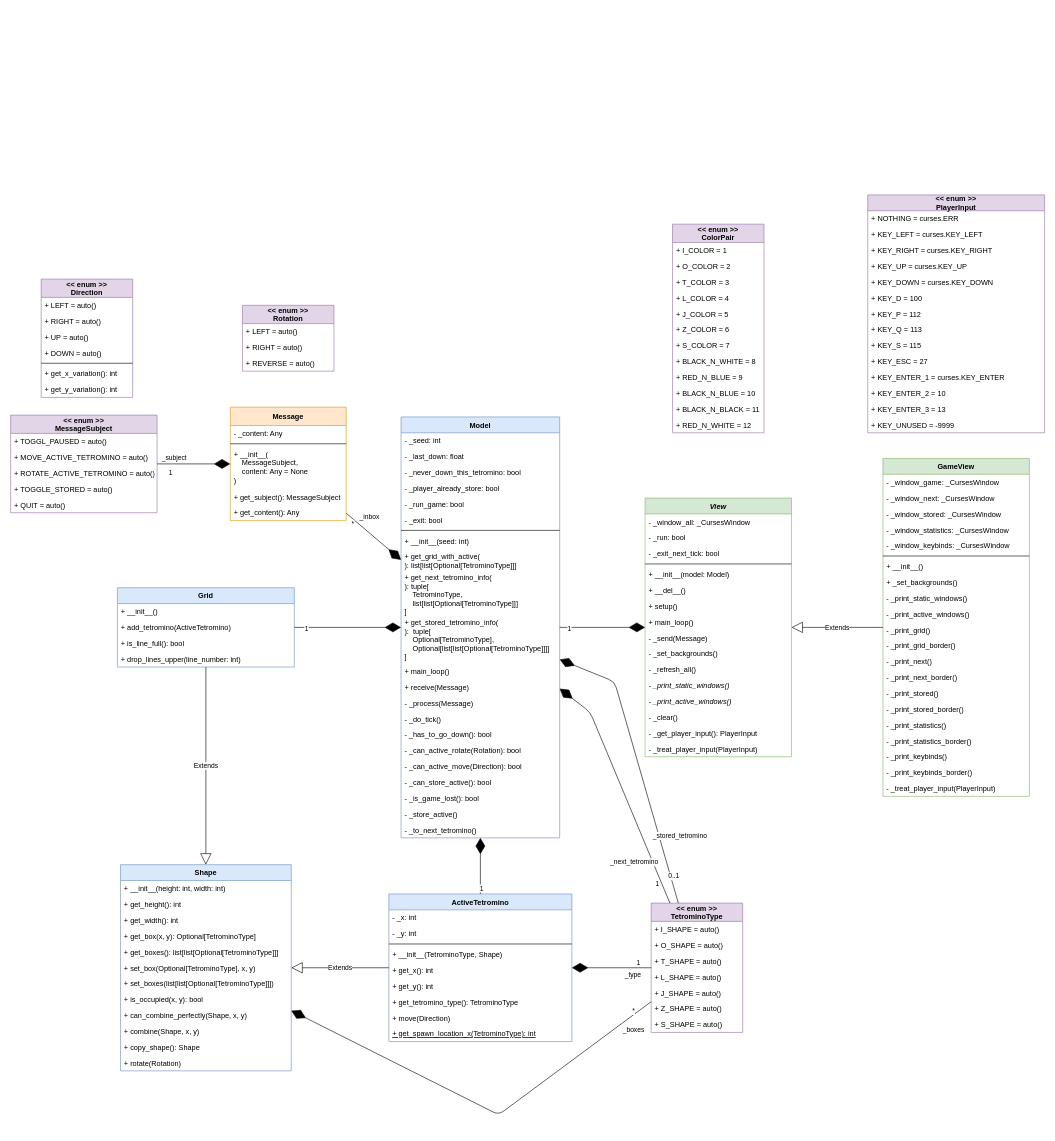
Above: information/class diagram.drawio in le-chartreux/Tertris (draw.io), before the change. Source tidied: cells renumbered, new cells numbered last; positions are measured from the earlier drawing's top-left corner, leaving out a move shared by most shapes. Both pictures are drawn from the tidied source at 61%, with x=0, y=0 at pixel (10, 195).
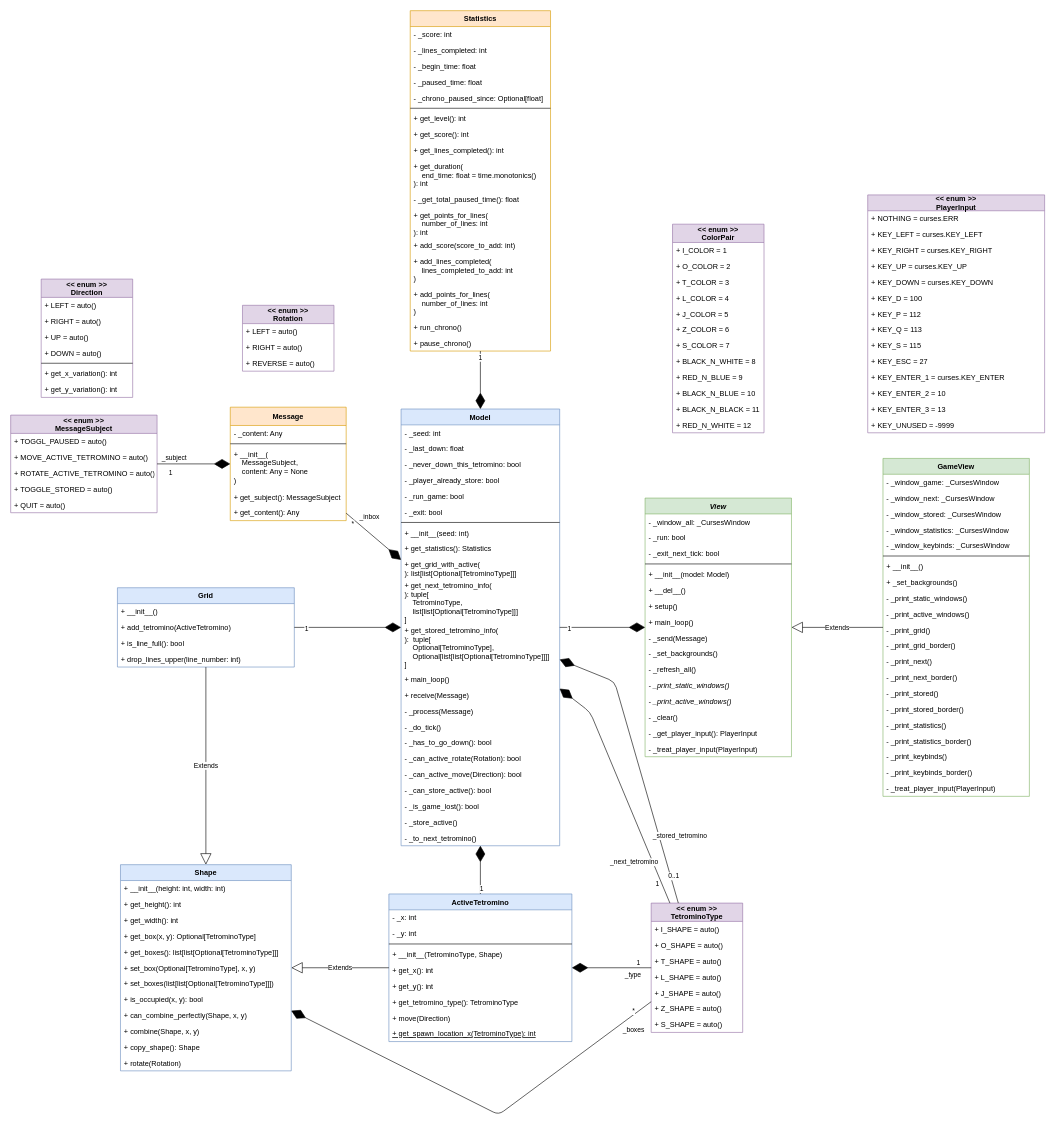
The same diagram, later.

Commit message (it also covers changes not shown here):
implementing statistics (level computation doesn't work for now but others yes)

What changed in the source:
```diff
@@
     <mxCell id="2" value="Model" style="swimlane;fontStyle=1;align=center;verticalAlign=top;horizontal=1;startSize=26;fillColor=#dae8fc;strokeColor=#6c8ebf;" parent="1" vertex="1">
-      <mxGeometry x="640" y="364" width="260" height="690" as="geometry" />
+      <mxGeometry x="640" y="351" width="260" height="716" as="geometry" />
     </mxCell>
@@
+    <mxCell id="179" value="+ get_statistics(): Statistics" style="text;strokeColor=none;fillColor=none;align=left;verticalAlign=top;spacingLeft=4;spacingRight=4;overflow=hidden;" parent="2" vertex="1">
+      <mxGeometry y="216" width="260" height="26" as="geometry" />
+    </mxCell>
     <mxCell id="11" value="+ get_grid_with_active(&#10;): list[list[Optional[TetrominoType]]]" style="text;strokeColor=none;fillColor=none;align=left;verticalAlign=top;spacingLeft=4;spacingRight=4;overflow=hidden;" parent="2" vertex="1">
-      <mxGeometry y="216" width="260" height="34" as="geometry" />
+      <mxGeometry y="242" width="260" height="34" as="geometry" />
     </mxCell>
     <mxCell id="12" value="+ get_next_tetromino_info(&#10;): tuple[&#10;    TetrominoType, &#10;    list[list[Optional[TetrominoType]]]&#10;]" style="text;strokeColor=none;fillColor=none;align=left;verticalAlign=top;spacingLeft=4;spacingRight=4;overflow=hidden;" parent="2" vertex="1">
-      <mxGeometry y="250" width="260" height="74" as="geometry" />
+      <mxGeometry y="276" width="260" height="74" as="geometry" />
     </mxCell>
     <mxCell id="13" value="+ get_stored_tetromino_info(&#10;):  tuple[&#10;    Optional[TetrominoType],&#10;    Optional[list[list[Optional[TetrominoType]]]]&#10;]" style="text;strokeColor=none;fillColor=none;align=left;verticalAlign=top;spacingLeft=4;spacingRight=4;overflow=hidden;" parent="2" vertex="1">
-      <mxGeometry y="324" width="260" height="80" as="geometry" />
+      <mxGeometry y="350" width="260" height="80" as="geometry" />
     </mxCell>
     <mxCell id="14" value="+ main_loop()" style="text;strokeColor=none;fillColor=none;align=left;verticalAlign=top;spacingLeft=4;spacingRight=4;overflow=hidden;" parent="2" vertex="1">
-      <mxGeometry y="404" width="260" height="26" as="geometry" />
+      <mxGeometry y="430" width="260" height="26" as="geometry" />
     </mxCell>
     <mxCell id="15" value="+ receive(Message)" style="text;strokeColor=none;fillColor=none;align=left;verticalAlign=top;spacingLeft=4;spacingRight=4;overflow=hidden;" parent="2" vertex="1">
-      <mxGeometry y="430" width="260" height="26" as="geometry" />
+      <mxGeometry y="456" width="260" height="26" as="geometry" />
     </mxCell>
     <mxCell id="16" value="- _process(Message)" style="text;strokeColor=none;fillColor=none;align=left;verticalAlign=top;spacingLeft=4;spacingRight=4;overflow=hidden;" parent="2" vertex="1">
-      <mxGeometry y="456" width="260" height="26" as="geometry" />
+      <mxGeometry y="482" width="260" height="26" as="geometry" />
     </mxCell>
     <mxCell id="17" value="- _do_tick()" style="text;strokeColor=none;fillColor=none;align=left;verticalAlign=top;spacingLeft=4;spacingRight=4;overflow=hidden;" parent="2" vertex="1">
-      <mxGeometry y="482" width="260" height="26" as="geometry" />
+      <mxGeometry y="508" width="260" height="26" as="geometry" />
     </mxCell>
     <mxCell id="18" value="- _has_to_go_down(): bool" style="text;strokeColor=none;fillColor=none;align=left;verticalAlign=top;spacingLeft=4;spacingRight=4;overflow=hidden;" parent="2" vertex="1">
-      <mxGeometry y="508" width="260" height="26" as="geometry" />
+      <mxGeometry y="534" width="260" height="26" as="geometry" />
     </mxCell>
     <mxCell id="19" value="- _can_active_rotate(Rotation): bool" style="text;strokeColor=none;fillColor=none;align=left;verticalAlign=top;spacingLeft=4;spacingRight=4;overflow=hidden;" parent="2" vertex="1">
-      <mxGeometry y="534" width="260" height="26" as="geometry" />
+      <mxGeometry y="560" width="260" height="26" as="geometry" />
     </mxCell>
     <mxCell id="20" value="- _can_active_move(Direction): bool" style="text;strokeColor=none;fillColor=none;align=left;verticalAlign=top;spacingLeft=4;spacingRight=4;overflow=hidden;" parent="2" vertex="1">
-      <mxGeometry y="560" width="260" height="26" as="geometry" />
+      <mxGeometry y="586" width="260" height="26" as="geometry" />
     </mxCell>
     <mxCell id="21" value="- _can_store_active(): bool" style="text;strokeColor=none;fillColor=none;align=left;verticalAlign=top;spacingLeft=4;spacingRight=4;overflow=hidden;" parent="2" vertex="1">
-      <mxGeometry y="586" width="260" height="26" as="geometry" />
+      <mxGeometry y="612" width="260" height="26" as="geometry" />
     </mxCell>
     <mxCell id="22" value="- _is_game_lost(): bool" style="text;strokeColor=none;fillColor=none;align=left;verticalAlign=top;spacingLeft=4;spacingRight=4;overflow=hidden;" parent="2" vertex="1">
-      <mxGeometry y="612" width="260" height="26" as="geometry" />
+      <mxGeometry y="638" width="260" height="26" as="geometry" />
     </mxCell>
     <mxCell id="23" value="- _store_active()" style="text;strokeColor=none;fillColor=none;align=left;verticalAlign=top;spacingLeft=4;spacingRight=4;overflow=hidden;" parent="2" vertex="1">
-      <mxGeometry y="638" width="260" height="26" as="geometry" />
+      <mxGeometry y="664" width="260" height="26" as="geometry" />
     </mxCell>
     <mxCell id="24" value="- _to_next_tetromino()" style="text;strokeColor=none;fillColor=none;align=left;verticalAlign=top;spacingLeft=4;spacingRight=4;overflow=hidden;" parent="2" vertex="1">
-      <mxGeometry y="664" width="260" height="26" as="geometry" />
+      <mxGeometry y="690" width="260" height="26" as="geometry" />
     </mxCell>
@@
+    <mxCell id="180" value="Statistics" style="swimlane;fontStyle=1;align=center;verticalAlign=top;horizontal=1;startSize=26;fillColor=#ffe6cc;strokeColor=#d79b00;" parent="1" vertex="1">
+      <mxGeometry x="655" y="-302" width="230" height="558" as="geometry" />
+    </mxCell>
+    <mxCell id="181" value="- _score: int" style="text;strokeColor=none;fillColor=none;align=left;verticalAlign=top;spacingLeft=4;spacingRight=4;overflow=hidden;" parent="180" vertex="1">
+      <mxGeometry y="26" width="230" height="26" as="geometry" />
+    </mxCell>
+    <mxCell id="182" value="- _lines_completed: int" style="text;strokeColor=none;fillColor=none;align=left;verticalAlign=top;spacingLeft=4;spacingRight=4;overflow=hidden;" parent="180" vertex="1">
+      <mxGeometry y="52" width="230" height="26" as="geometry" />
+    </mxCell>
+    <mxCell id="183" value="- _begin_time: float" style="text;strokeColor=none;fillColor=none;align=left;verticalAlign=top;spacingLeft=4;spacingRight=4;overflow=hidden;" parent="180" vertex="1">
+      <mxGeometry y="78" width="230" height="26" as="geometry" />
+    </mxCell>
+    <mxCell id="184" value="- _paused_time: float" style="text;strokeColor=none;fillColor=none;align=left;verticalAlign=top;spacingLeft=4;spacingRight=4;overflow=hidden;" parent="180" vertex="1">
+      <mxGeometry y="104" width="230" height="26" as="geometry" />
+    </mxCell>
+    <mxCell id="185" value="- _chrono_paused_since: Optional[float]" style="text;strokeColor=none;fillColor=none;align=left;verticalAlign=top;spacingLeft=4;spacingRight=4;overflow=hidden;" parent="180" vertex="1">
+      <mxGeometry y="130" width="230" height="26" as="geometry" />
+    </mxCell>
+    <mxCell id="186" style="line;strokeWidth=1;fillColor=none;align=left;verticalAlign=middle;spacingTop=-1;spacingLeft=3;spacingRight=3;labelPosition=right;" parent="180" vertex="1">
+      <mxGeometry y="156" width="230" height="8" as="geometry" />
+    </mxCell>
+    <mxCell id="187" value="+ get_level(): int" style="text;strokeColor=none;fillColor=none;align=left;verticalAlign=top;spacingLeft=4;spacingRight=4;overflow=hidden;" parent="180" vertex="1">
+      <mxGeometry y="164" width="230" height="26" as="geometry" />
+    </mxCell>
+    <mxCell id="188" value="+ get_score(): int" style="text;strokeColor=none;fillColor=none;align=left;verticalAlign=top;spacingLeft=4;spacingRight=4;overflow=hidden;" parent="180" vertex="1">
+      <mxGeometry y="190" width="230" height="26" as="geometry" />
+    </mxCell>
+    <mxCell id="189" value="+ get_lines_completed(): int" style="text;strokeColor=none;fillColor=none;align=left;verticalAlign=top;spacingLeft=4;spacingRight=4;overflow=hidden;" parent="180" vertex="1">
+      <mxGeometry y="216" width="230" height="26" as="geometry" />
+    </mxCell>
+    <mxCell id="190" value="+ get_duration(&#10;    end_time: float = time.monotonics()&#10;): int" style="text;strokeColor=none;fillColor=none;align=left;verticalAlign=top;spacingLeft=4;spacingRight=4;overflow=hidden;" parent="180" vertex="1">
+      <mxGeometry y="242" width="230" height="54" as="geometry" />
+    </mxCell>
+    <mxCell id="191" value="- _get_total_paused_time(): float" style="text;strokeColor=none;fillColor=none;align=left;verticalAlign=top;spacingLeft=4;spacingRight=4;overflow=hidden;" parent="180" vertex="1">
+      <mxGeometry y="296" width="230" height="26" as="geometry" />
+    </mxCell>
+    <mxCell id="192" value="+ get_points_for_lines(&#10;    number_of_lines: int&#10;): int" style="text;strokeColor=none;fillColor=none;align=left;verticalAlign=top;spacingLeft=4;spacingRight=4;overflow=hidden;" parent="180" vertex="1">
+      <mxGeometry y="322" width="230" height="50" as="geometry" />
+    </mxCell>
+    <mxCell id="193" value="+ add_score(score_to_add: int)" style="text;strokeColor=none;fillColor=none;align=left;verticalAlign=top;spacingLeft=4;spacingRight=4;overflow=hidden;" parent="180" vertex="1">
+      <mxGeometry y="372" width="230" height="26" as="geometry" />
+    </mxCell>
+    <mxCell id="194" value="+ add_lines_completed(&#10;    lines_completed_to_add: int&#10;)" style="text;strokeColor=none;fillColor=none;align=left;verticalAlign=top;spacingLeft=4;spacingRight=4;overflow=hidden;" parent="180" vertex="1">
+      <mxGeometry y="398" width="230" height="54" as="geometry" />
+    </mxCell>
+    <mxCell id="195" value="+ add_points_for_lines(&#10;    number_of_lines: int&#10;)" style="text;strokeColor=none;fillColor=none;align=left;verticalAlign=top;spacingLeft=4;spacingRight=4;overflow=hidden;" parent="180" vertex="1">
+      <mxGeometry y="452" width="230" height="54" as="geometry" />
+    </mxCell>
+    <mxCell id="196" value="+ run_chrono()" style="text;strokeColor=none;fillColor=none;align=left;verticalAlign=top;spacingLeft=4;spacingRight=4;overflow=hidden;" parent="180" vertex="1">
+      <mxGeometry y="506" width="230" height="26" as="geometry" />
+    </mxCell>
+    <mxCell id="197" value="+ pause_chrono()" style="text;strokeColor=none;fillColor=none;align=left;verticalAlign=top;spacingLeft=4;spacingRight=4;overflow=hidden;" parent="180" vertex="1">
+      <mxGeometry y="532" width="230" height="26" as="geometry" />
+    </mxCell>
+    <mxCell id="198" style="endArrow=diamondThin;endFill=1;endSize=24;html=1;" parent="1" edge="1" source="180" target="2">
+      <mxGeometry relative="1" as="geometry" />
+    </mxCell>
+    <mxCell id="199" value="1" style="edgeLabel;html=1;align=center;verticalAlign=middle;" parent="198" vertex="1">
+      <mxGeometry x="-0.78" y="-1" relative="1" as="geometry" />
+    </mxCell>
```
